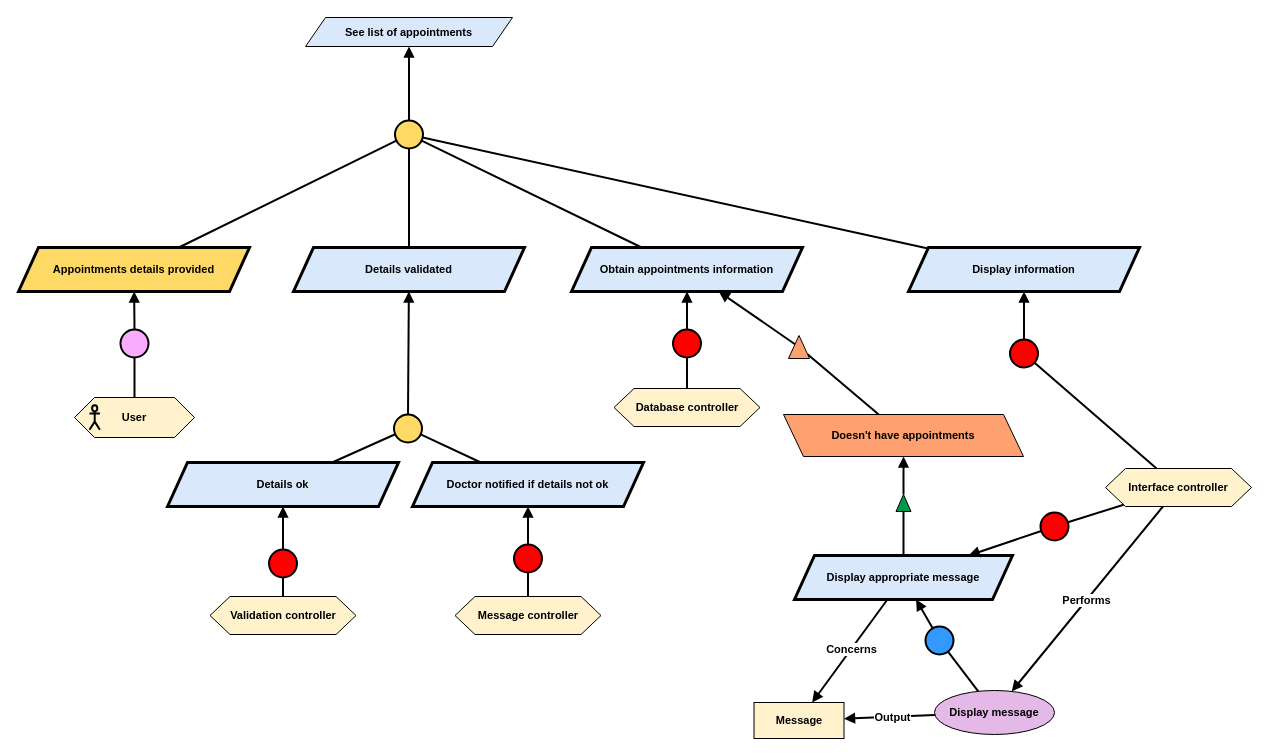
Before: Kaos/KAOS 11.drawio in RafaelCMira/myclinic-msp-project, a draw.io diagram. Source tidied: cells renumbered, new cells numbered last; positions are measured from the earlier drawing's top-left corner, leaving out a move shared by most shapes. Both pictures are drawn from the tidied source at 100%, with x=0, y=0 at pixel (18, 17).
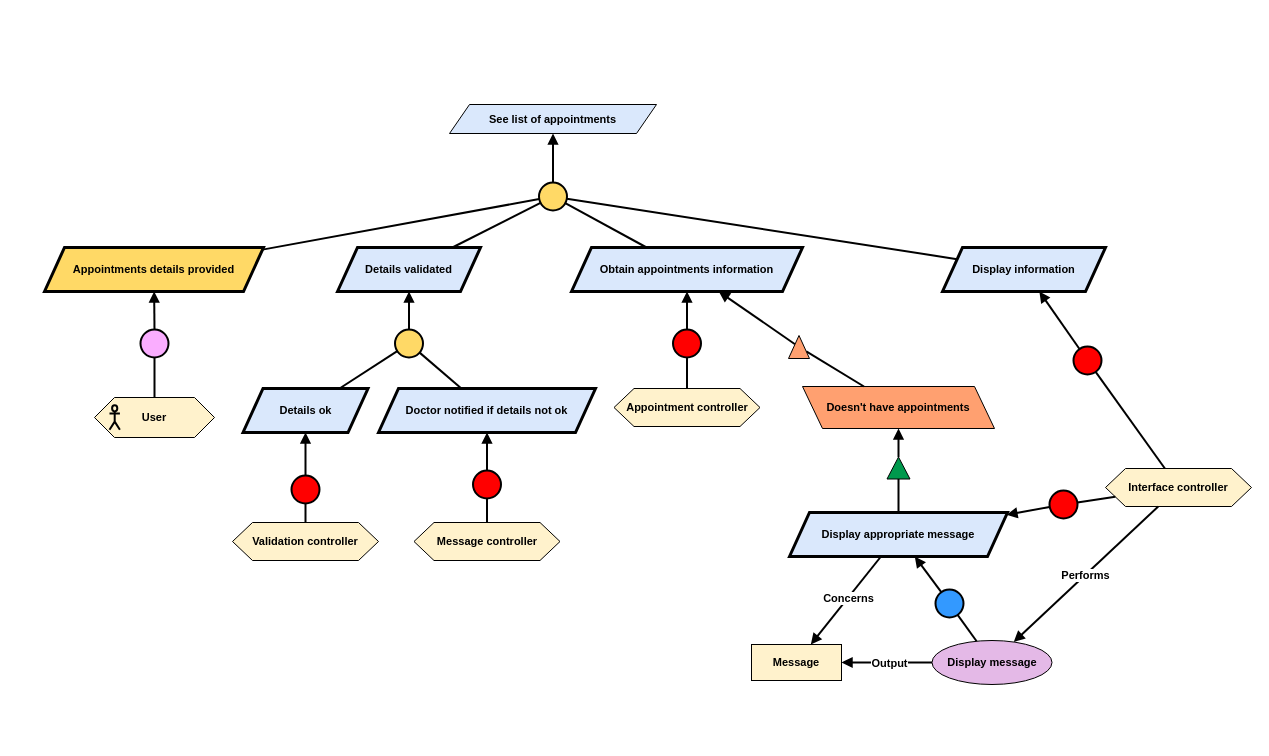
After the change.

Change to the diagram source:
```diff
@@
     <mxCell id="2" value="&lt;b&gt;See list of appointments&lt;/b&gt;" style="shape=parallelogram;perimeter=parallelogramPerimeter;whiteSpace=wrap;html=1;fixedSize=1;fillColor=#dae8fc;strokeColor=#000000;fontFamily=Helvetica;fontSize=11;fontColor=default;labelBackgroundColor=none;" parent="1" vertex="1">
-      <mxGeometry x="287" width="207" height="29" as="geometry" />
+      <mxGeometry x="431" y="87" width="207" height="29" as="geometry" />
     </mxCell>
     <mxCell id="3" style="ellipse;whiteSpace=wrap;html=1;fillColor=#FFD966;strokeWidth=2;" parent="1" vertex="1">
-      <mxGeometry x="376.5" y="103" width="28" height="28" as="geometry" />
+      <mxGeometry x="520.5" y="165" width="28" height="28" as="geometry" />
     </mxCell>
@@
     <mxCell id="6" value="&lt;b&gt;Appointments details provided&lt;/b&gt;" style="shape=parallelogram;perimeter=parallelogramPerimeter;whiteSpace=wrap;html=1;fixedSize=1;fillColor=#FFD966;strokeColor=#000000;strokeWidth=3;fontFamily=Helvetica;fontSize=11;fontColor=default;labelBackgroundColor=none;" parent="1" vertex="1">
-      <mxGeometry y="230" width="231" height="44" as="geometry" />
+      <mxGeometry x="26" y="230" width="219" height="44" as="geometry" />
     </mxCell>
@@
     <mxCell id="8" value="&lt;b&gt;Details validated&lt;/b&gt;" style="shape=parallelogram;perimeter=parallelogramPerimeter;whiteSpace=wrap;html=1;fixedSize=1;fillColor=#dae8fc;strokeColor=#000000;strokeWidth=3;fontFamily=Helvetica;fontSize=11;fontColor=default;labelBackgroundColor=none;" parent="1" vertex="1">
-      <mxGeometry x="275" y="230" width="231" height="44" as="geometry" />
+      <mxGeometry x="319" y="230" width="143" height="44" as="geometry" />
     </mxCell>
     <mxCell id="9" style="ellipse;whiteSpace=wrap;html=1;fillColor=#FAADFF;strokeWidth=2;fontFamily=Helvetica;fontSize=11;fontColor=default;labelBackgroundColor=default;" parent="1" vertex="1">
-      <mxGeometry x="102" y="312" width="28" height="28" as="geometry" />
+      <mxGeometry x="122" y="312" width="28" height="28" as="geometry" />
     </mxCell>
@@
     <mxCell id="12" style="group;" parent="1" vertex="1">
-      <mxGeometry x="56" y="380" width="120" height="40" as="geometry" />
+      <mxGeometry x="76" y="380" width="120" height="40" as="geometry" />
     </mxCell>
@@
     <mxCell id="15" value="&lt;div&gt;&lt;b&gt;Validation controller&lt;/b&gt;&lt;/div&gt;" style="shape=hexagon;perimeter=hexagonPerimeter2;whiteSpace=wrap;html=1;fixedSize=1;fillColor=#FFF2CC;fontFamily=Helvetica;fontSize=11;fontColor=default;labelBackgroundColor=none;" parent="1" vertex="1">
-      <mxGeometry x="191.5" y="579" width="146" height="38" as="geometry" />
+      <mxGeometry x="214" y="505" width="146" height="38" as="geometry" />
     </mxCell>
     <mxCell id="16" style="ellipse;whiteSpace=wrap;html=1;fillColor=#FF0000;strokeWidth=2;" parent="1" vertex="1">
-      <mxGeometry x="250.5" y="532" width="28" height="28" as="geometry" />
+      <mxGeometry x="273" y="458" width="28" height="28" as="geometry" />
     </mxCell>
@@
-    <mxCell id="21" value="&lt;div&gt;&lt;b&gt;Database controller&lt;/b&gt;&lt;/div&gt;" style="shape=hexagon;perimeter=hexagonPerimeter2;whiteSpace=wrap;html=1;fixedSize=1;fillColor=#FFF2CC;fontFamily=Helvetica;fontSize=11;fontColor=default;labelBackgroundColor=none;" parent="1" vertex="1">
+    <mxCell id="21" value="&lt;div&gt;&lt;b&gt;Appointment controller&lt;/b&gt;&lt;/div&gt;" style="shape=hexagon;perimeter=hexagonPerimeter2;whiteSpace=wrap;html=1;fixedSize=1;fillColor=#FFF2CC;fontFamily=Helvetica;fontSize=11;fontColor=default;labelBackgroundColor=none;" parent="1" vertex="1">
       <mxGeometry x="595.5" y="371" width="146" height="38" as="geometry" />
     </mxCell>
@@
     <mxCell id="25" value="&lt;b&gt;Details ok&lt;/b&gt;" style="shape=parallelogram;perimeter=parallelogramPerimeter;whiteSpace=wrap;html=1;fixedSize=1;fillColor=#dae8fc;strokeColor=#000000;strokeWidth=3;fontFamily=Helvetica;fontSize=11;fontColor=default;labelBackgroundColor=none;" parent="1" vertex="1">
-      <mxGeometry x="149" y="445" width="231" height="44" as="geometry" />
+      <mxGeometry x="224.5" y="371" width="125" height="44" as="geometry" />
     </mxCell>
     <mxCell id="26" value="&lt;b&gt;Doctor notified if details not ok&lt;/b&gt;" style="shape=parallelogram;perimeter=parallelogramPerimeter;whiteSpace=wrap;html=1;fixedSize=1;fillColor=#dae8fc;strokeColor=#000000;strokeWidth=3;fontFamily=Helvetica;fontSize=11;fontColor=default;labelBackgroundColor=none;" parent="1" vertex="1">
-      <mxGeometry x="394" y="445" width="231" height="44" as="geometry" />
+      <mxGeometry x="360" y="371" width="217" height="44" as="geometry" />
     </mxCell>
     <mxCell id="27" style="ellipse;whiteSpace=wrap;html=1;fillColor=#FFD966;strokeWidth=2;" parent="1" vertex="1">
-      <mxGeometry x="375.5" y="397" width="28" height="28" as="geometry" />
+      <mxGeometry x="376.5" y="312" width="28" height="28" as="geometry" />
     </mxCell>
@@
     <mxCell id="31" value="&lt;div&gt;&lt;b&gt;Message controller&lt;/b&gt;&lt;/div&gt;" style="shape=hexagon;perimeter=hexagonPerimeter2;whiteSpace=wrap;html=1;fixedSize=1;fillColor=#FFF2CC;fontFamily=Helvetica;fontSize=11;fontColor=default;labelBackgroundColor=none;" parent="1" vertex="1">
-      <mxGeometry x="436.5" y="579" width="146" height="38" as="geometry" />
+      <mxGeometry x="395.5" y="505" width="146" height="38" as="geometry" />
     </mxCell>
     <mxCell id="32" style="ellipse;whiteSpace=wrap;html=1;fillColor=#FF0000;strokeWidth=2;" parent="1" vertex="1">
-      <mxGeometry x="495.5" y="527" width="28" height="28" as="geometry" />
+      <mxGeometry x="454.5" y="453" width="28" height="28" as="geometry" />
     </mxCell>
@@
     <mxCell id="35" value="&lt;b&gt;Display information&lt;/b&gt;" style="shape=parallelogram;perimeter=parallelogramPerimeter;whiteSpace=wrap;html=1;fixedSize=1;fillColor=#dae8fc;strokeColor=#000000;strokeWidth=3;fontFamily=Helvetica;fontSize=11;fontColor=default;labelBackgroundColor=none;" parent="1" vertex="1">
-      <mxGeometry x="890" y="230" width="231" height="44" as="geometry" />
+      <mxGeometry x="924" y="230" width="163" height="44" as="geometry" />
     </mxCell>
@@
     <mxCell id="37" style="ellipse;whiteSpace=wrap;html=1;fillColor=#FF0000;strokeWidth=2;" parent="1" vertex="1">
-      <mxGeometry x="991.5" y="322" width="28" height="28" as="geometry" />
+      <mxGeometry x="1055" y="329" width="28" height="28" as="geometry" />
     </mxCell>
@@
     <mxCell id="41" value="Doesn't have appointments" style="shape=parallelogram;perimeter=parallelogramPerimeter;whiteSpace=wrap;html=1;fixedSize=1;fillColor=#FFA070;fontStyle=1;fontFamily=Helvetica;fontSize=11;fontColor=default;labelBackgroundColor=none;flipH=1;flipV=0;" parent="1" vertex="1">
-      <mxGeometry x="765" y="397" width="240" height="42" as="geometry" />
+      <mxGeometry x="784" y="369" width="192" height="42" as="geometry" />
     </mxCell>
@@
     <mxCell id="47" style="triangle;whiteSpace=wrap;html=1;rotation=-90;fillColor=#00994D;" parent="1" vertex="1">
-      <mxGeometry x="876.5" y="478" width="17" height="15" as="geometry" />
+      <mxGeometry x="869" y="439" width="22" height="23" as="geometry" />
     </mxCell>
     <mxCell id="48" value="&lt;b&gt;Message&lt;/b&gt;" style="rounded=0;whiteSpace=wrap;html=1;fillColor=#FFF2CC;fontFamily=Helvetica;fontSize=11;fontColor=default;labelBackgroundColor=none;" parent="1" vertex="1">
-      <mxGeometry x="735.5" y="685" width="90" height="36" as="geometry" />
+      <mxGeometry x="733" y="627" width="90" height="36" as="geometry" />
     </mxCell>
     <mxCell id="49" value="&lt;b&gt;Display appropriate message&lt;/b&gt;" style="shape=parallelogram;perimeter=parallelogramPerimeter;whiteSpace=wrap;html=1;fixedSize=1;fillColor=#dae8fc;strokeColor=#000000;strokeWidth=3;fontFamily=Helvetica;fontSize=11;fontColor=default;labelBackgroundColor=none;" parent="1" vertex="1">
-      <mxGeometry x="776" y="538" width="218" height="44" as="geometry" />
+      <mxGeometry x="771" y="495" width="218" height="44" as="geometry" />
     </mxCell>
     <mxCell id="50" style="ellipse;whiteSpace=wrap;html=1;fillColor=#3399FF;strokeWidth=2;" parent="1" vertex="1">
-      <mxGeometry x="907" y="609" width="28" height="28" as="geometry" />
+      <mxGeometry x="917" y="572" width="28" height="28" as="geometry" />
     </mxCell>
@@
     <mxCell id="53" value="&lt;b&gt;Display message&lt;/b&gt;" style="ellipse;whiteSpace=wrap;html=1;fillColor=#E4B9E7;strokeColor=#000000;fontFamily=Helvetica;fontSize=11;fontColor=default;labelBackgroundColor=none;" parent="1" vertex="1">
-      <mxGeometry x="916" y="673" width="120" height="44" as="geometry" />
+      <mxGeometry x="913.5" y="623" width="120" height="44" as="geometry" />
     </mxCell>
@@
     <mxCell id="56" style="ellipse;whiteSpace=wrap;html=1;fillColor=#FF0000;strokeWidth=2;" parent="1" vertex="1">
-      <mxGeometry x="1022" y="495" width="28" height="28" as="geometry" />
+      <mxGeometry x="1031" y="473" width="28" height="28" as="geometry" />
     </mxCell>
```
